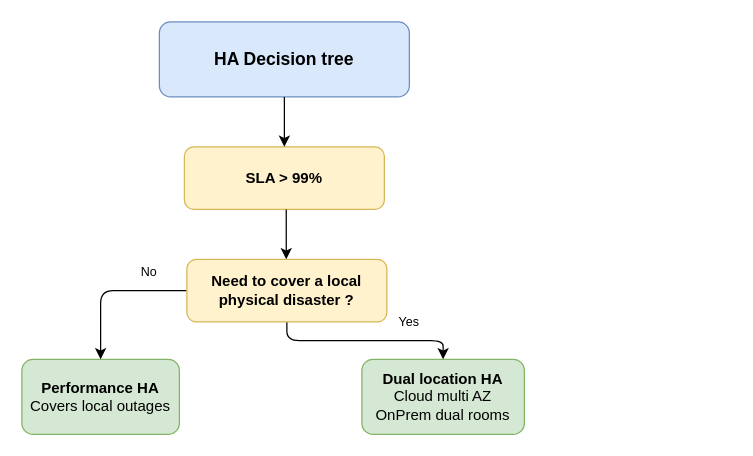
Before: page "HA" (3 of 4) of DR-DecisionTree.drawio in anthonygea/mycv, a draw.io diagram. Source tidied: cells renumbered, new cells numbered last; positions are measured from the earlier drawing's top-left corner, leaving out a move shared by most shapes. Both pictures are drawn from the tidied source at 125%, with x=0, y=0 at pixel (21, 21).
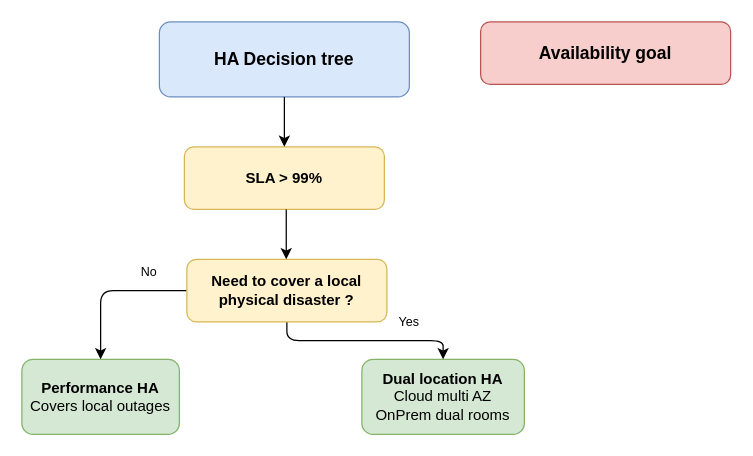
Above is the later version.

Commit message:
Mettre à jour DR-DecisionTree.drawio

Change to the diagram source:
```diff
@@
 <mxGraphModel>
   <root>
     <mxCell id="0" />
     <mxCell id="1" parent="0" />
     <mxCell id="2" value="HA Decision tree" style="rounded=1;whiteSpace=wrap;html=1;fillColor=#dae8fc;strokeColor=#6c8ebf;fontSize=14;fontStyle=1;" parent="1" vertex="1">
       <mxGeometry x="110" width="200" height="60" as="geometry" />
     </mxCell>
     <mxCell id="3" value="SLA &amp;gt; 99%" style="rounded=1;whiteSpace=wrap;html=1;fillColor=#fff2cc;strokeColor=#d6b656;fontSize=12;fontStyle=1;" parent="1" vertex="1">
       <mxGeometry x="130" y="100" width="160" height="50" as="geometry" />
     </mxCell>
     <mxCell id="4" style="endArrow=classic;html=1;edgeStyle=orthogonalEdgeStyle;" parent="1" edge="1" source="2" target="3">
       <mxGeometry relative="1" as="geometry" />
     </mxCell>
     <mxCell id="5" value="&lt;div&gt;Performance HA&lt;/div&gt;&lt;div&gt;&lt;span style=&quot;font-weight: normal;&quot;&gt;Covers local outages&lt;/span&gt;&lt;br&gt;&lt;/div&gt;" style="rounded=1;whiteSpace=wrap;html=1;fillColor=#d5e8d4;strokeColor=#82b366;fontSize=12;fontStyle=1;" parent="1" vertex="1">
       <mxGeometry y="270" width="126" height="60" as="geometry" />
     </mxCell>
     <mxCell id="6" value="&lt;div&gt;Dual location HA&lt;/div&gt;&lt;div&gt;&lt;span style=&quot;font-weight: normal;&quot;&gt;Cloud multi AZ&lt;/span&gt;&lt;/div&gt;&lt;div&gt;&lt;span style=&quot;font-weight: normal;&quot;&gt;OnPrem dual rooms&lt;/span&gt;&lt;/div&gt;" style="rounded=1;whiteSpace=wrap;html=1;fillColor=#d5e8d4;strokeColor=#82b366;fontSize=12;fontStyle=1;" parent="1" vertex="1">
       <mxGeometry x="272" y="270" width="130" height="60" as="geometry" />
     </mxCell>
     <mxCell id="7" style="endArrow=classic;html=1;edgeStyle=orthogonalEdgeStyle;entryX=0.5;entryY=0;entryDx=0;entryDy=0;exitX=0;exitY=0.5;exitDx=0;exitDy=0;" parent="1" edge="1" source="9" target="5">
       <mxGeometry relative="1" as="geometry" />
     </mxCell>
     <mxCell id="8" style="endArrow=classic;html=1;edgeStyle=orthogonalEdgeStyle;entryX=0.5;entryY=0;entryDx=0;entryDy=0;exitX=0.5;exitY=1;exitDx=0;exitDy=0;" parent="1" edge="1" source="9" target="6">
       <mxGeometry relative="1" as="geometry" />
     </mxCell>
     <mxCell id="9" value="Need to cover a local physical disaster ?" style="rounded=1;whiteSpace=wrap;html=1;fillColor=#fff2cc;strokeColor=#d6b656;fontSize=12;fontStyle=1;" parent="1" vertex="1">
       <mxGeometry x="132" y="190" width="160" height="50" as="geometry" />
     </mxCell>
     <mxCell id="10" value="Yes" style="text;html=1;strokeColor=none;fillColor=none;align=center;verticalAlign=middle;whiteSpace=wrap;rounded=0;fontSize=10;" parent="1" vertex="1">
       <mxGeometry x="260" y="230" width="100" height="20" as="geometry" />
     </mxCell>
     <mxCell id="11" value="No" style="text;html=1;strokeColor=none;fillColor=none;align=center;verticalAlign=middle;whiteSpace=wrap;rounded=0;fontSize=10;" parent="1" vertex="1">
       <mxGeometry x="52" y="190" width="100" height="20" as="geometry" />
     </mxCell>
     <mxCell id="12" style="endArrow=classic;html=1;edgeStyle=orthogonalEdgeStyle;" parent="1" edge="1">
       <mxGeometry relative="1" as="geometry">
         <mxPoint x="211.5" y="150" as="sourcePoint" />
         <mxPoint x="211.5" y="190" as="targetPoint" />
       </mxGeometry>
     </mxCell>
+    <mxCell id="13" value="Availability goal" style="rounded=1;whiteSpace=wrap;html=1;fillColor=#f8cecc;strokeColor=#b85450;fontSize=14;fontStyle=1;" parent="1" vertex="1">
+      <mxGeometry x="367" width="200" height="50" as="geometry" />
+    </mxCell>
   </root>
 </mxGraphModel>
```
